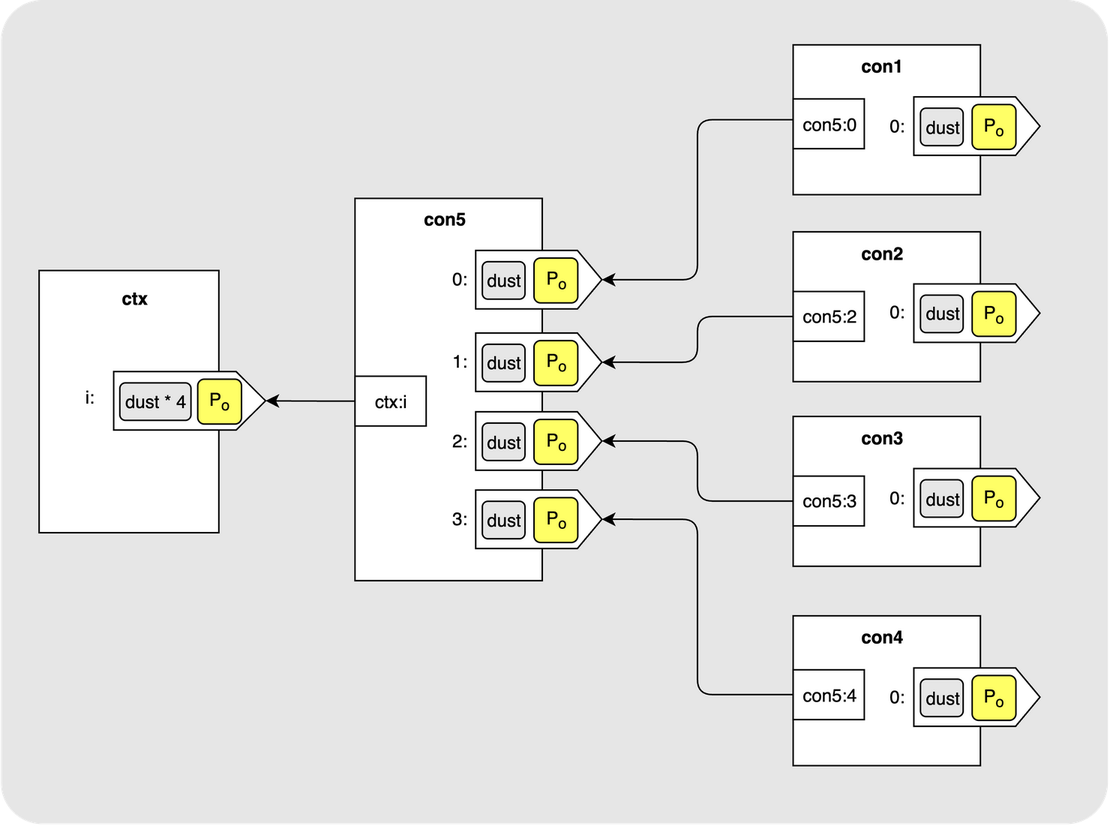
The draw.io diagram static/ark/connector-tree.png in ellemouton/website, before a commit. Source tidied: cells renumbered, new cells last; positions are measured from the earlier drawing's top-left corner, leaving out a move shared by most shapes.
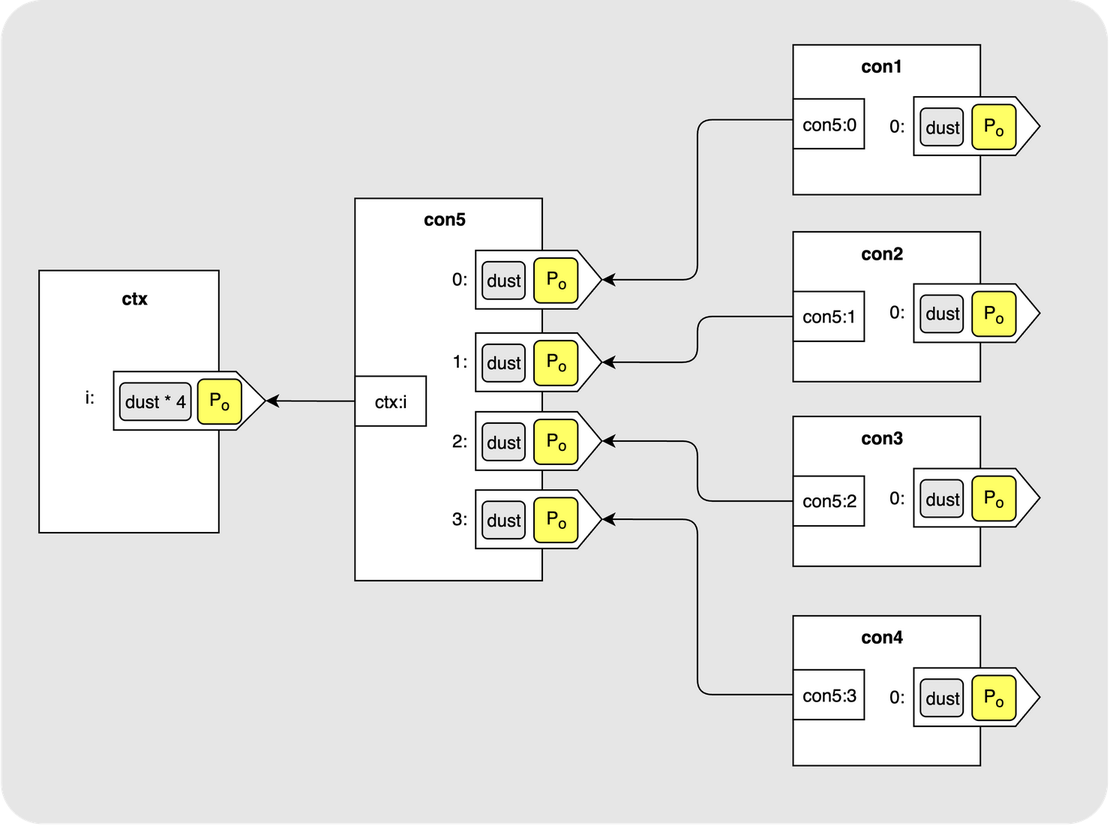
After the commit.

Change to the diagram source:
```diff
@@ -143,19 +143,19 @@
     <mxCell id="48" value="con5:0" style="rounded=0;whiteSpace=wrap;html=1;" parent="1" vertex="1">
       <mxGeometry x="528.5" y="66" width="47.5" height="33.2" as="geometry" />
     </mxCell>
-    <mxCell id="49" value="con5:2" style="rounded=0;whiteSpace=wrap;html=1;" parent="1" vertex="1">
+    <mxCell id="49" value="con5:1" style="rounded=0;whiteSpace=wrap;html=1;" parent="1" vertex="1">
       <mxGeometry x="528.5" y="194.6" width="47.5" height="33.2" as="geometry" />
     </mxCell>
     <mxCell id="50" style="edgeStyle=orthogonalEdgeStyle;jettySize=auto;html=1;entryX=0.5;entryY=1;entryDx=0;entryDy=0;rounded=1;" parent="1" edge="1" source="51" target="40">
       <mxGeometry relative="1" as="geometry" />
     </mxCell>
-    <mxCell id="51" value="con5:3" style="rounded=0;whiteSpace=wrap;html=1;" parent="1" vertex="1">
+    <mxCell id="51" value="con5:2" style="rounded=0;whiteSpace=wrap;html=1;" parent="1" vertex="1">
       <mxGeometry x="528.5" y="317.8" width="47.5" height="33.2" as="geometry" />
     </mxCell>
     <mxCell id="52" style="edgeStyle=orthogonalEdgeStyle;jettySize=auto;html=1;entryX=0.5;entryY=1;entryDx=0;entryDy=0;rounded=1;" parent="1" edge="1" source="53" target="44">
       <mxGeometry relative="1" as="geometry" />
     </mxCell>
-    <mxCell id="53" value="con5:4" style="rounded=0;whiteSpace=wrap;html=1;" parent="1" vertex="1">
+    <mxCell id="53" value="con5:3" style="rounded=0;whiteSpace=wrap;html=1;" parent="1" vertex="1">
       <mxGeometry x="528.5" y="447" width="47.5" height="33.2" as="geometry" />
     </mxCell>
     <mxCell id="54" style="edgeStyle=orthogonalEdgeStyle;jettySize=auto;html=1;entryX=0.5;entryY=1;entryDx=0;entryDy=0;rounded=1;" parent="1" edge="1" source="49" target="36">
```
